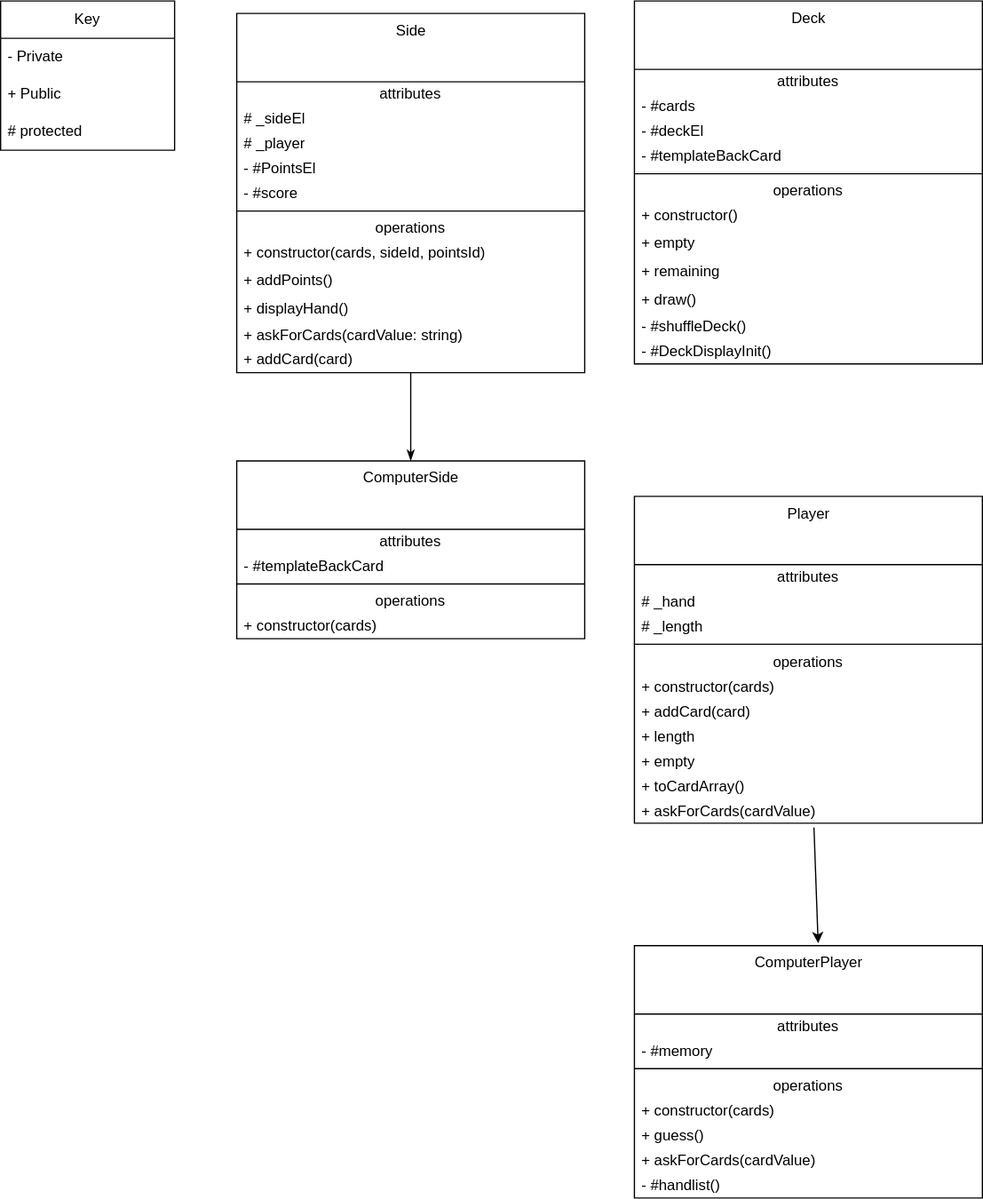
Anthonyntilelli/go-fish-webpage keeps this draw.io diagram as uml.drawio.svg. Above is the earlier version. Source tidied: cells renumbered, new cells last; positions are measured from the earlier drawing's top-left corner, leaving out a move shared by most shapes.
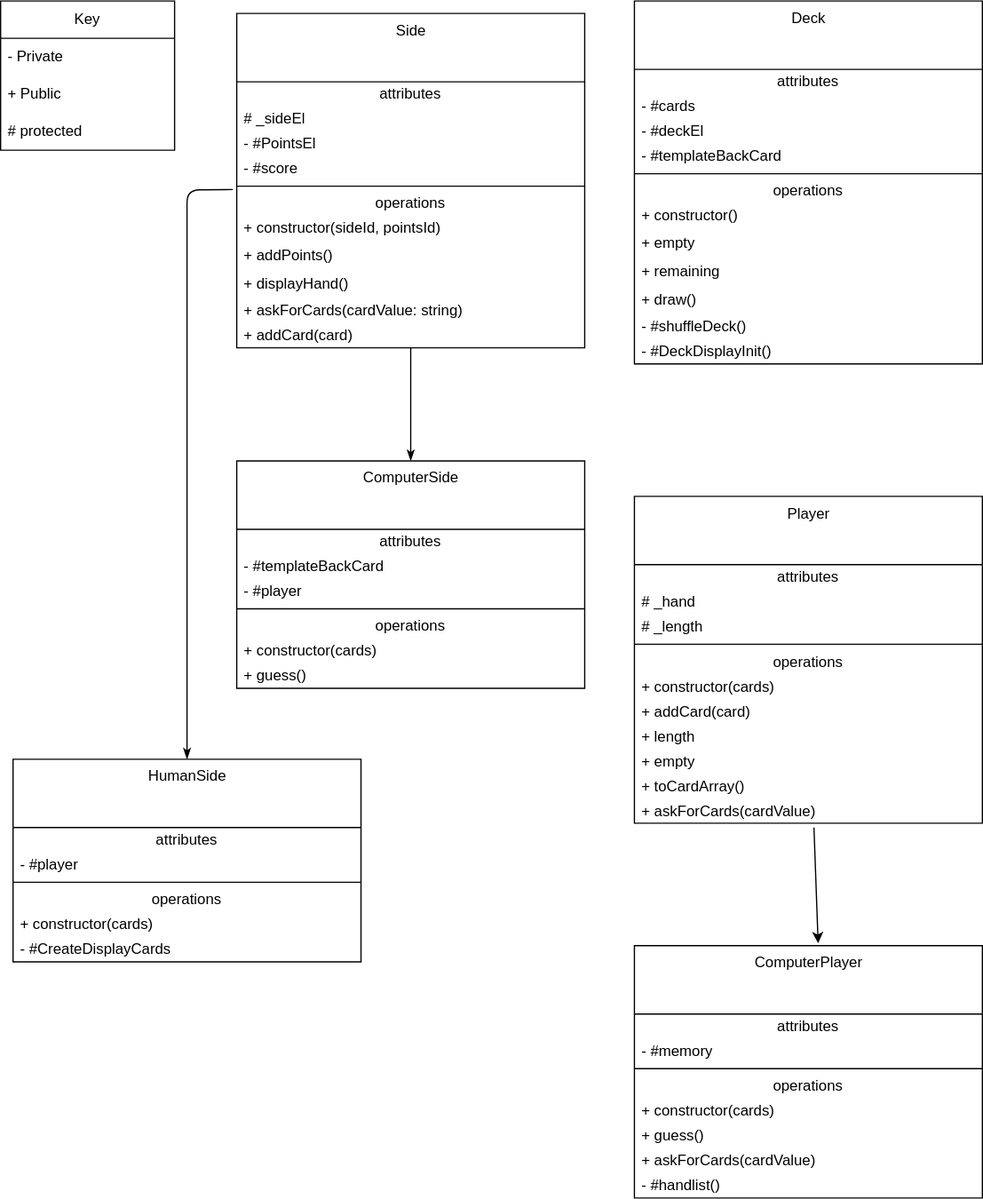
The same file after the commit.

Commit message:
changed computerSide and HumanSide

What changed in the source:
```diff
@@ -120,7 +120,7 @@
       <mxGeometry y="183" width="280" height="20" as="geometry" />
     </mxCell>
     <mxCell id="41" value="Side" style="swimlane;fontStyle=0;align=center;verticalAlign=top;horizontal=1;startSize=55;html=1;" parent="1" vertex="1">
-      <mxGeometry x="190" y="10" width="280" height="289" as="geometry" />
+      <mxGeometry x="190" y="10" width="280" height="269" as="geometry" />
     </mxCell>
     <mxCell id="42" value="attributes" style="text;html=1;strokeColor=none;fillColor=none;align=center;verticalAlign=middle;spacingLeft=4;spacingRight=4;overflow=hidden;" parent="41" vertex="1">
       <mxGeometry y="55" width="280" height="20" as="geometry" />
@@ -128,56 +128,87 @@
     <mxCell id="43" value="# _sideEl" style="text;html=1;strokeColor=none;fillColor=none;align=left;verticalAlign=middle;spacingLeft=4;spacingRight=4;overflow=hidden;" parent="41" vertex="1">
       <mxGeometry y="75" width="280" height="20" as="geometry" />
     </mxCell>
-    <mxCell id="44" value="# _player" style="text;html=1;strokeColor=none;fillColor=none;align=left;verticalAlign=middle;spacingLeft=4;spacingRight=4;overflow=hidden;" parent="41" vertex="1">
-      <mxGeometry y="95" width="280" height="20" as="geometry" />
-    </mxCell>
     <mxCell id="45" value="- #PointsEl" style="text;html=1;strokeColor=none;fillColor=none;align=left;verticalAlign=middle;spacingLeft=4;spacingRight=4;overflow=hidden;" parent="41" vertex="1">
-      <mxGeometry y="115" width="280" height="20" as="geometry" />
+      <mxGeometry y="95" width="280" height="20" as="geometry" />
     </mxCell>
     <mxCell id="46" value="- #score" style="text;html=1;strokeColor=none;fillColor=none;align=left;verticalAlign=middle;spacingLeft=4;spacingRight=4;overflow=hidden;" parent="41" vertex="1">
-      <mxGeometry y="135" width="280" height="20" as="geometry" />
+      <mxGeometry y="115" width="280" height="20" as="geometry" />
     </mxCell>
     <mxCell id="47" style="line;strokeWidth=1;fillColor=none;align=left;verticalAlign=middle;spacingTop=-1;spacingLeft=3;spacingRight=3;labelPosition=right;" parent="41" vertex="1">
-      <mxGeometry y="155" width="280" height="8" as="geometry" />
+      <mxGeometry y="135" width="280" height="8" as="geometry" />
     </mxCell>
     <mxCell id="48" value="operations" style="text;html=1;strokeColor=none;fillColor=none;align=center;verticalAlign=middle;spacingLeft=4;spacingRight=4;overflow=hidden;points=[[0,0.5],[1,0.5]];portConstraint=eastwest;" parent="41" vertex="1">
-      <mxGeometry y="163" width="280" height="20" as="geometry" />
+      <mxGeometry y="143" width="280" height="20" as="geometry" />
     </mxCell>
-    <mxCell id="49" value="+ constructor(cards, sideId, pointsId)" style="text;html=1;strokeColor=none;fillColor=none;align=left;verticalAlign=middle;spacingLeft=4;spacingRight=4;overflow=hidden;" parent="41" vertex="1">
-      <mxGeometry y="183" width="280" height="20" as="geometry" />
+    <mxCell id="49" value="+ constructor(sideId, pointsId)" style="text;html=1;strokeColor=none;fillColor=none;align=left;verticalAlign=middle;spacingLeft=4;spacingRight=4;overflow=hidden;" parent="41" vertex="1">
+      <mxGeometry y="163" width="280" height="20" as="geometry" />
     </mxCell>
     <mxCell id="50" value="+ addPoints()" style="text;html=1;strokeColor=none;fillColor=none;align=left;verticalAlign=middle;spacingLeft=4;spacingRight=4;overflow=hidden;" parent="41" vertex="1">
-      <mxGeometry y="203" width="280" height="23" as="geometry" />
+      <mxGeometry y="183" width="280" height="23" as="geometry" />
     </mxCell>
     <mxCell id="51" value="+ displayHand()" style="text;html=1;strokeColor=none;fillColor=none;align=left;verticalAlign=middle;spacingLeft=4;spacingRight=4;overflow=hidden;" parent="41" vertex="1">
-      <mxGeometry y="226" width="280" height="23" as="geometry" />
+      <mxGeometry y="206" width="280" height="23" as="geometry" />
     </mxCell>
     <mxCell id="52" value="+&amp;nbsp;askForCards(cardValue: string)" style="text;html=1;strokeColor=none;fillColor=none;align=left;verticalAlign=middle;spacingLeft=4;spacingRight=4;overflow=hidden;" parent="41" vertex="1">
-      <mxGeometry y="249" width="280" height="20" as="geometry" />
+      <mxGeometry y="229" width="280" height="20" as="geometry" />
     </mxCell>
     <mxCell id="53" value="+ addCard(card)" style="text;html=1;strokeColor=none;fillColor=none;align=left;verticalAlign=middle;spacingLeft=4;spacingRight=4;overflow=hidden;points=[[0,0.5],[1,0.5]];portConstraint=eastwest;" parent="41" vertex="1">
-      <mxGeometry y="269" width="280" height="20" as="geometry" />
+      <mxGeometry y="249" width="280" height="20" as="geometry" />
     </mxCell>
     <mxCell id="54" style="edgeStyle=none;html=1;endArrow=none;endFill=0;startArrow=classicThin;startFill=1;" parent="1" edge="1" source="55" target="53">
       <mxGeometry relative="1" as="geometry" />
     </mxCell>
     <mxCell id="55" value="ComputerSide" style="swimlane;fontStyle=0;align=center;verticalAlign=top;horizontal=1;startSize=55;html=1;" parent="1" vertex="1">
-      <mxGeometry x="190" y="370" width="280" height="143" as="geometry" />
+      <mxGeometry x="190" y="370" width="280" height="183" as="geometry" />
     </mxCell>
     <mxCell id="56" value="attributes" style="text;html=1;strokeColor=none;fillColor=none;align=center;verticalAlign=middle;spacingLeft=4;spacingRight=4;overflow=hidden;" parent="55" vertex="1">
       <mxGeometry y="55" width="280" height="20" as="geometry" />
     </mxCell>
+    <mxCell id="61" value="- #templateBackCard" style="text;html=1;strokeColor=none;fillColor=none;align=left;verticalAlign=middle;spacingLeft=4;spacingRight=4;overflow=hidden;" parent="55" vertex="1">
+      <mxGeometry y="75" width="280" height="20" as="geometry" />
+    </mxCell>
-    <mxCell id="57" value="- #templateBackCard" style="text;html=1;strokeColor=none;fillColor=none;align=left;verticalAlign=middle;spacingLeft=4;spacingRight=4;overflow=hidden;" parent="55" vertex="1">
-      <mxGeometry y="75" width="280" height="20" as="geometry" />
+    <mxCell id="57" value="- #player" style="text;html=1;strokeColor=none;fillColor=none;align=left;verticalAlign=middle;spacingLeft=4;spacingRight=4;overflow=hidden;" parent="55" vertex="1">
+      <mxGeometry y="95" width="280" height="20" as="geometry" />
     </mxCell>
     <mxCell id="58" style="line;strokeWidth=1;fillColor=none;align=left;verticalAlign=middle;spacingTop=-1;spacingLeft=3;spacingRight=3;labelPosition=right;" parent="55" vertex="1">
-      <mxGeometry y="95" width="280" height="8" as="geometry" />
+      <mxGeometry y="115" width="280" height="8" as="geometry" />
     </mxCell>
     <mxCell id="59" value="operations" style="text;html=1;strokeColor=none;fillColor=none;align=center;verticalAlign=middle;spacingLeft=4;spacingRight=4;overflow=hidden;" parent="55" vertex="1">
-      <mxGeometry y="103" width="280" height="20" as="geometry" />
+      <mxGeometry y="123" width="280" height="20" as="geometry" />
     </mxCell>
+    <mxCell id="62" value="+ constructor(cards)" style="text;html=1;strokeColor=none;fillColor=none;align=left;verticalAlign=middle;spacingLeft=4;spacingRight=4;overflow=hidden;" parent="55" vertex="1">
+      <mxGeometry y="143" width="280" height="20" as="geometry" />
+    </mxCell>
-    <mxCell id="60" value="+ constructor(cards)" style="text;html=1;strokeColor=none;fillColor=none;align=left;verticalAlign=middle;spacingLeft=4;spacingRight=4;overflow=hidden;" parent="55" vertex="1">
-      <mxGeometry y="123" width="280" height="20" as="geometry" />
+    <mxCell id="60" value="+ guess()" style="text;html=1;strokeColor=none;fillColor=none;align=left;verticalAlign=middle;spacingLeft=4;spacingRight=4;overflow=hidden;" parent="55" vertex="1">
+      <mxGeometry y="163" width="280" height="20" as="geometry" />
     </mxCell>
+    <mxCell id="63" style="edgeStyle=none;html=1;exitX=0.5;exitY=0;exitDx=0;exitDy=0;entryX=-0.011;entryY=-0.066;entryDx=0;entryDy=0;entryPerimeter=0;startArrow=classicThin;startFill=1;endArrow=none;endFill=0;" parent="1" edge="1" source="64" target="48">
+      <mxGeometry relative="1" as="geometry">
+        <Array as="points">
+          <mxPoint x="150" y="152" />
+        </Array>
+      </mxGeometry>
+    </mxCell>
+    <mxCell id="64" value="HumanSide" style="swimlane;fontStyle=0;align=center;verticalAlign=top;horizontal=1;startSize=55;html=1;" parent="1" vertex="1">
+      <mxGeometry x="10" y="610" width="280" height="163" as="geometry" />
+    </mxCell>
+    <mxCell id="65" value="attributes" style="text;html=1;strokeColor=none;fillColor=none;align=center;verticalAlign=middle;spacingLeft=4;spacingRight=4;overflow=hidden;" parent="64" vertex="1">
+      <mxGeometry y="55" width="280" height="20" as="geometry" />
+    </mxCell>
+    <mxCell id="66" value="- #player" style="text;html=1;strokeColor=none;fillColor=none;align=left;verticalAlign=middle;spacingLeft=4;spacingRight=4;overflow=hidden;" parent="64" vertex="1">
+      <mxGeometry y="75" width="280" height="20" as="geometry" />
+    </mxCell>
+    <mxCell id="67" style="line;strokeWidth=1;fillColor=none;align=left;verticalAlign=middle;spacingTop=-1;spacingLeft=3;spacingRight=3;labelPosition=right;" parent="64" vertex="1">
+      <mxGeometry y="95" width="280" height="8" as="geometry" />
+    </mxCell>
+    <mxCell id="68" value="operations" style="text;html=1;strokeColor=none;fillColor=none;align=center;verticalAlign=middle;spacingLeft=4;spacingRight=4;overflow=hidden;" parent="64" vertex="1">
+      <mxGeometry y="103" width="280" height="20" as="geometry" />
+    </mxCell>
+    <mxCell id="69" value="+ constructor(cards)" style="text;html=1;strokeColor=none;fillColor=none;align=left;verticalAlign=middle;spacingLeft=4;spacingRight=4;overflow=hidden;" parent="64" vertex="1">
+      <mxGeometry y="123" width="280" height="20" as="geometry" />
+    </mxCell>
+    <mxCell id="70" value="- #CreateDisplayCards" style="text;html=1;strokeColor=none;fillColor=none;align=left;verticalAlign=middle;spacingLeft=4;spacingRight=4;overflow=hidden;" parent="64" vertex="1">
+      <mxGeometry y="143" width="280" height="20" as="geometry" />
+    </mxCell>
   </root>
 </mxGraphModel>
```
